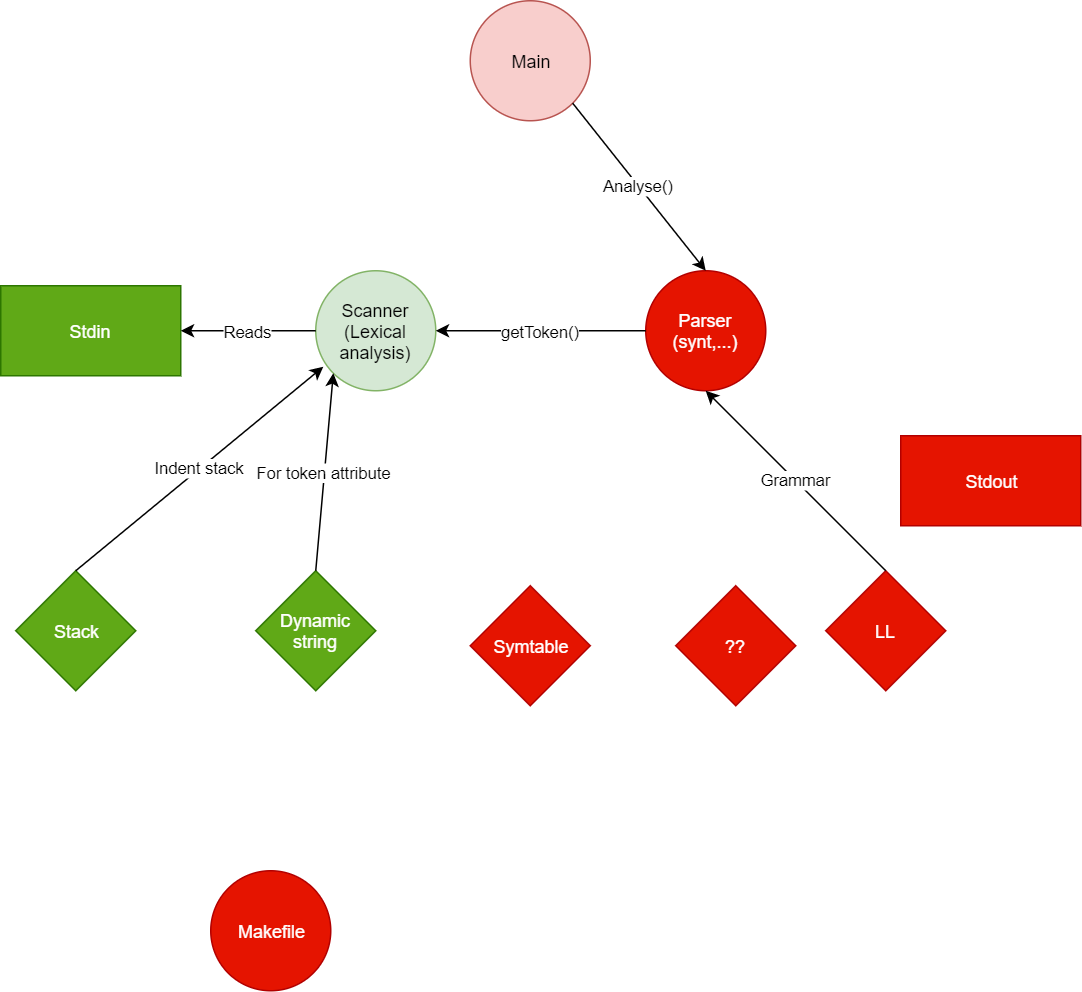
This is Map.PNG from Jetlebovec/IFJ_2019_JJJJ, a draw.io export, as it was before one commit. Source tidied: cells renumbered, new cells last; positions are measured from the earlier drawing's top-left corner, leaving out a move shared by most shapes.
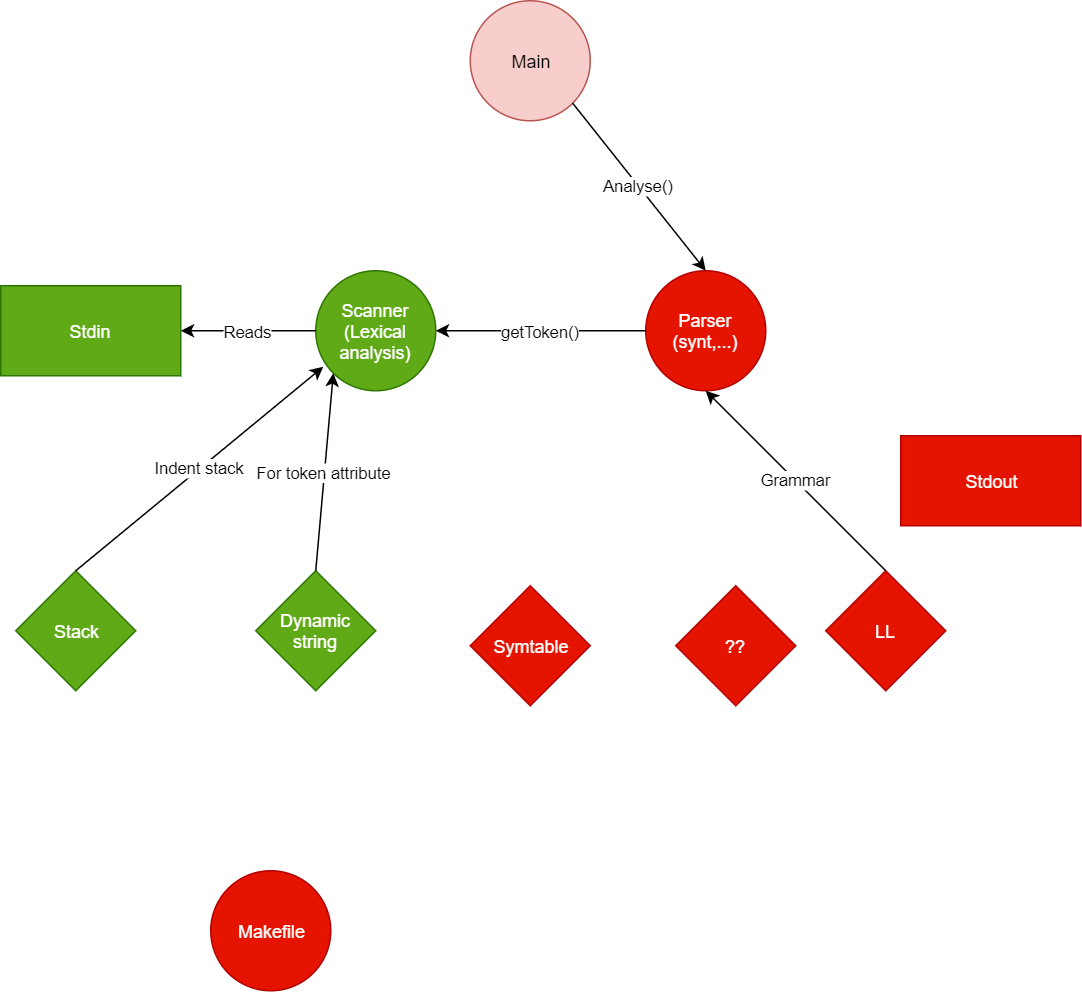
The same diagram one commit later.

Commit message:
Fixed decimal number and dedentation bugs in scanner

The edit, as a diff of the source:
```diff
@@ -5,7 +5,7 @@
     <mxCell id="2" value="Main" style="ellipse;whiteSpace=wrap;html=1;fillColor=#f8cecc;strokeColor=#b85450;" parent="1" vertex="1">
       <mxGeometry x="313" width="80" height="80" as="geometry" />
     </mxCell>
-    <mxCell id="3" value="Scanner&lt;br&gt;(Lexical analysis)" style="ellipse;whiteSpace=wrap;html=1;fillColor=#d5e8d4;strokeColor=#82b366;" parent="1" vertex="1">
+    <mxCell id="3" value="Scanner&lt;br&gt;(Lexical analysis)" style="ellipse;whiteSpace=wrap;html=1;fillColor=#60a917;strokeColor=#2D7600;fontColor=#ffffff;" parent="1" vertex="1">
       <mxGeometry x="210" y="180" width="80" height="80" as="geometry" />
     </mxCell>
     <mxCell id="4" value="Parser&lt;br&gt;(synt,...)" style="ellipse;whiteSpace=wrap;html=1;fillColor=#e51400;strokeColor=#B20000;fontColor=#ffffff;" parent="1" vertex="1">
```
